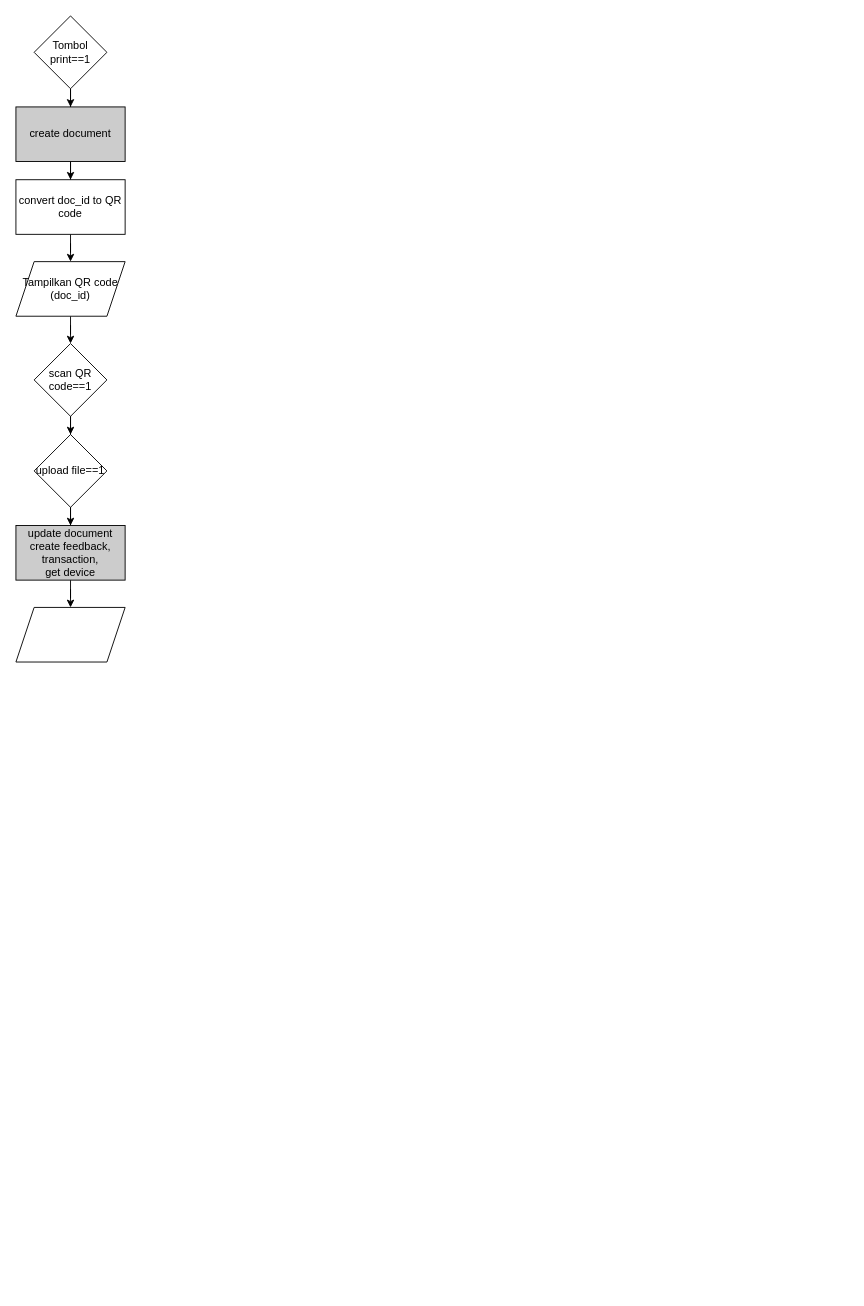
Earlier version of the draw.io diagram flowchart-regis.drawio (kalputrahadi57/printin-docs). Source tidied: cells renumbered, new cells numbered last; positions are measured from the earlier drawing's top-left corner, leaving out a move shared by most shapes. Both pictures are drawn from the tidied source at 91%, with x=0, y=0 at pixel (15, 15).
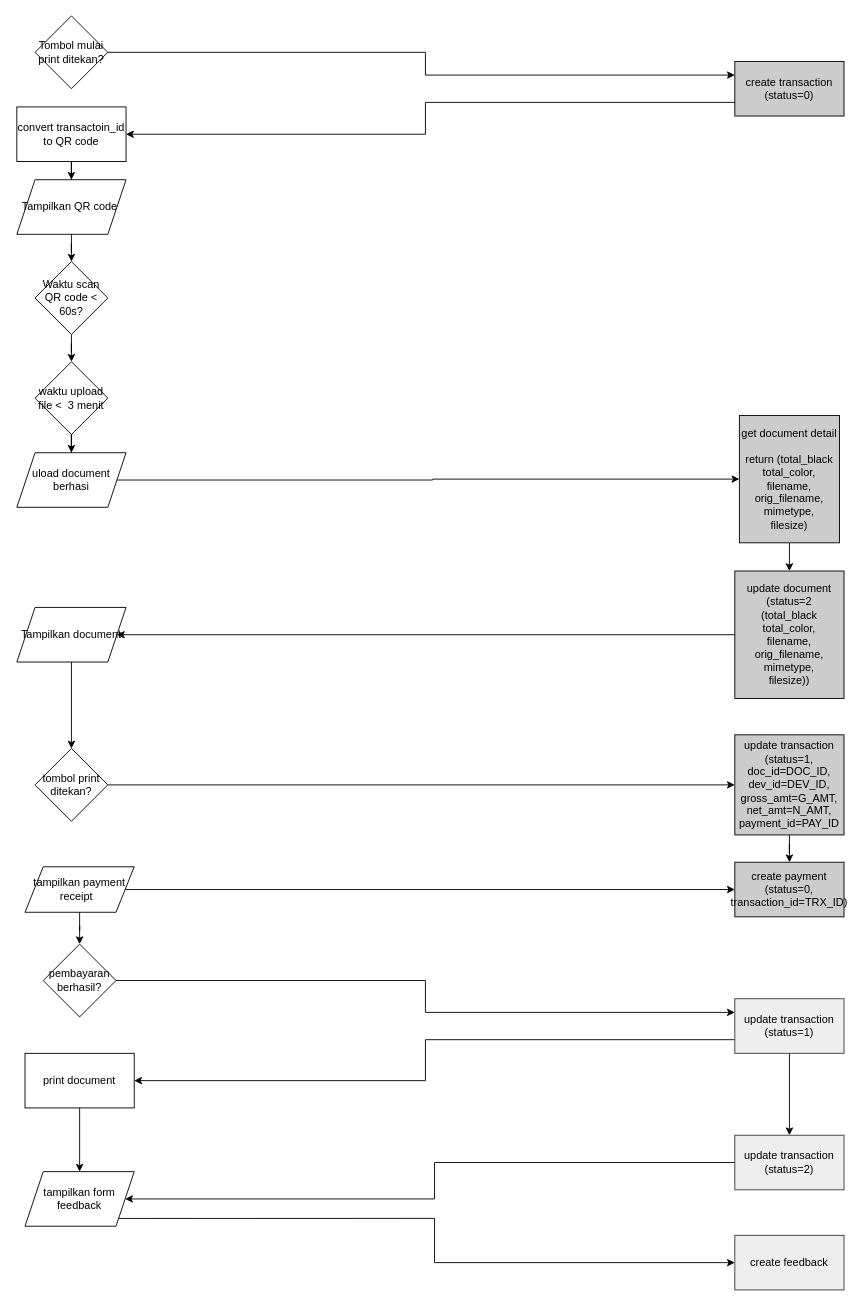
The same page after the edit.

Change to the diagram source:
```diff
@@
-    <mxCell id="2" style="edgeStyle=orthogonalEdgeStyle;rounded=0;jettySize=auto;html=1;" parent="1" edge="1" source="3" target="5">
-      <mxGeometry relative="1" as="geometry" />
+    <mxCell id="2" style="edgeStyle=orthogonalEdgeStyle;rounded=0;jettySize=auto;html=1;exitX=1;exitY=0.5;exitDx=0;exitDy=0;entryX=0;entryY=0.25;entryDx=0;entryDy=0;" parent="1" edge="1" source="3" target="5">
+      <mxGeometry relative="1" as="geometry">
+        <Array as="points">
+          <mxPoint x="450" y="40" />
+          <mxPoint x="450" y="65" />
+        </Array>
+      </mxGeometry>
     </mxCell>
-    <mxCell id="3" value="Tombol print==1" style="rhombus;whiteSpace=wrap;html=1;" parent="1" vertex="1">
-      <mxGeometry x="20" width="80" height="80" as="geometry" />
+    <mxCell id="3" value="Tombol mulai print ditekan?" style="rhombus;whiteSpace=wrap;html=1;" parent="1" vertex="1">
+      <mxGeometry x="21" width="80" height="80" as="geometry" />
     </mxCell>
-    <mxCell id="4" style="edgeStyle=orthogonalEdgeStyle;rounded=0;jettySize=auto;html=1;fontColor=#F8CECC;" parent="1" edge="1" source="5" target="7">
-      <mxGeometry relative="1" as="geometry" />
+    <mxCell id="4" style="edgeStyle=orthogonalEdgeStyle;rounded=0;jettySize=auto;html=1;exitX=0;exitY=0.75;exitDx=0;exitDy=0;entryX=1;entryY=0.5;entryDx=0;entryDy=0;" parent="1" edge="1" source="5" target="7">
+      <mxGeometry relative="1" as="geometry">
+        <Array as="points">
+          <mxPoint x="450" y="95" />
+          <mxPoint x="450" y="130" />
+        </Array>
+      </mxGeometry>
     </mxCell>
-    <mxCell id="5" value="create document" style="whiteSpace=wrap;html=1;fillColor=#CCCCCC;" parent="1" vertex="1">
-      <mxGeometry y="100" width="120" height="60" as="geometry" />
+    <mxCell id="5" value="create transaction&lt;br&gt;(status=0)" style="whiteSpace=wrap;html=1;fillColor=#CCCCCC;" parent="1" vertex="1">
+      <mxGeometry x="790" y="50" width="120" height="60" as="geometry" />
     </mxCell>
@@
-    <mxCell id="7" value="convert doc_id to QR code" style="whiteSpace=wrap;html=1;fillColor=#FFFFFF;" parent="1" vertex="1">
-      <mxGeometry y="180" width="120" height="60" as="geometry" />
+    <mxCell id="7" value="convert transactoin_id to QR code" style="whiteSpace=wrap;html=1;fillColor=#FFFFFF;" parent="1" vertex="1">
+      <mxGeometry x="1" y="100" width="120" height="60" as="geometry" />
     </mxCell>
@@
-    <mxCell id="9" value="Tampilkan QR code (doc_id)" style="shape=parallelogram;perimeter=parallelogramPerimeter;whiteSpace=wrap;html=1;fixedSize=1;fillColor=#FFFFFF;" parent="1" vertex="1">
-      <mxGeometry y="270" width="120" height="60" as="geometry" />
+    <mxCell id="9" value="Tampilkan QR code&amp;nbsp;" style="shape=parallelogram;perimeter=parallelogramPerimeter;whiteSpace=wrap;html=1;fixedSize=1;fillColor=#FFFFFF;" parent="1" vertex="1">
+      <mxGeometry x="1" y="180" width="120" height="60" as="geometry" />
     </mxCell>
-    <mxCell id="10" style="edgeStyle=orthogonalEdgeStyle;rounded=0;jettySize=auto;html=1;fontColor=#F8CECC;" parent="1" edge="1" source="11" target="13">
+    <mxCell id="10" style="edgeStyle=orthogonalEdgeStyle;rounded=0;jettySize=auto;html=1;fontColor=#F8CECC;startArrow=none;exitX=0.5;exitY=1;exitDx=0;exitDy=0;" parent="1" edge="1" source="11" target="13">
       <mxGeometry relative="1" as="geometry" />
     </mxCell>
-    <mxCell id="11" value="scan QR code==1" style="rhombus;whiteSpace=wrap;html=1;fillColor=#FFFFFF;" parent="1" vertex="1">
-      <mxGeometry x="20" y="360" width="80" height="80" as="geometry" />
+    <mxCell id="11" value="Waktu scan QR code &amp;lt; 60s?" style="rhombus;whiteSpace=wrap;html=1;fillColor=#FFFFFF;" parent="1" vertex="1">
+      <mxGeometry x="21" y="270" width="80" height="80" as="geometry" />
     </mxCell>
-    <mxCell id="12" style="edgeStyle=orthogonalEdgeStyle;rounded=0;jettySize=auto;html=1;fontColor=#F8CECC;" parent="1" edge="1" source="13" target="15">
-      <mxGeometry relative="1" as="geometry" />
-    </mxCell>
+    <mxCell id="17" style="edgeStyle=orthogonalEdgeStyle;rounded=0;jettySize=auto;html=1;fontColor=#F8CECC;" parent="1" edge="1" source="13" target="43">
+      <mxGeometry relative="1" as="geometry" />
+    </mxCell>
-    <mxCell id="13" value="upload file==1" style="rhombus;whiteSpace=wrap;html=1;fillColor=#FFFFFF;" parent="1" vertex="1">
-      <mxGeometry x="20" y="460" width="80" height="80" as="geometry" />
+    <mxCell id="13" value="waktu upload file &amp;lt;&amp;nbsp; 3 menit" style="rhombus;whiteSpace=wrap;html=1;fillColor=#FFFFFF;" parent="1" vertex="1">
+      <mxGeometry x="21" y="380" width="80" height="80" as="geometry" />
     </mxCell>
-    <mxCell id="14" style="edgeStyle=orthogonalEdgeStyle;rounded=0;jettySize=auto;html=1;fontColor=#F8CECC;" parent="1" edge="1" source="15" target="16">
-      <mxGeometry relative="1" as="geometry" />
-    </mxCell>
+    <mxCell id="18" style="edgeStyle=orthogonalEdgeStyle;rounded=0;jettySize=auto;html=1;fontColor=#F8CECC;entryX=1;entryY=0.5;entryDx=0;entryDy=0;" parent="1" edge="1" source="15" target="26">
+      <mxGeometry relative="1" as="geometry" />
+    </mxCell>
-    <mxCell id="15" value="update document&lt;br&gt;create feedback, transaction, &lt;br&gt;get device" style="whiteSpace=wrap;html=1;fillColor=#CCCCCC;" parent="1" vertex="1">
-      <mxGeometry y="560" width="120" height="60" as="geometry" />
+    <mxCell id="15" value="update document (status=2&lt;br&gt;(total_black&lt;br&gt;total_color,&lt;br&gt;filename,&lt;br&gt;orig_filename,&lt;br&gt;mimetype,&lt;br&gt;filesize))" style="whiteSpace=wrap;html=1;fillColor=#CCCCCC;" parent="1" vertex="1">
+      <mxGeometry x="790" y="610" width="120" height="140" as="geometry" />
     </mxCell>
+    <mxCell id="19" style="edgeStyle=orthogonalEdgeStyle;rounded=0;jettySize=auto;html=1;fontColor=#F8CECC;" parent="1" edge="1" source="16" target="30">
+      <mxGeometry relative="1" as="geometry" />
+    </mxCell>
+    <mxCell id="20" style="edgeStyle=orthogonalEdgeStyle;rounded=0;jettySize=auto;html=1;exitX=1;exitY=0.5;exitDx=0;exitDy=0;entryX=0;entryY=0.5;entryDx=0;entryDy=0;" parent="1" edge="1" source="16" target="34">
+      <mxGeometry relative="1" as="geometry" />
+    </mxCell>
-    <mxCell id="16" style="shape=parallelogram;perimeter=parallelogramPerimeter;whiteSpace=wrap;html=1;fixedSize=1;fillColor=#FFFFFF;" parent="1" vertex="1">
-      <mxGeometry y="650" width="120" height="60" as="geometry" />
+    <mxCell id="16" value="tampilkan payment receipt&amp;nbsp;&amp;nbsp;" style="shape=parallelogram;perimeter=parallelogramPerimeter;whiteSpace=wrap;html=1;fixedSize=1;fillColor=#FFFFFF;" parent="1" vertex="1">
+      <mxGeometry x="10" y="935" width="120" height="50" as="geometry" />
     </mxCell>
+    <mxCell id="21" style="edgeStyle=orthogonalEdgeStyle;rounded=0;jettySize=auto;html=1;fontColor=#F8CECC;exitX=0.5;exitY=1;exitDx=0;exitDy=0;" parent="1" edge="1" source="22" target="34">
+      <mxGeometry relative="1" as="geometry" />
+    </mxCell>
+    <mxCell id="22" value="update transaction&lt;br&gt;(status=1, doc_id=DOC_ID, dev_id=DEV_ID, gross_amt=G_AMT, net_amt=N_AMT,&lt;br&gt;payment_id=PAY_ID" style="whiteSpace=wrap;html=1;fillColor=#CCCCCC;" parent="1" vertex="1">
+      <mxGeometry x="790" y="790" width="120" height="110" as="geometry" />
+    </mxCell>
+    <mxCell id="23" style="edgeStyle=orthogonalEdgeStyle;rounded=0;jettySize=auto;html=1;exitX=0.5;exitY=1;exitDx=0;exitDy=0;entryX=0.5;entryY=0;entryDx=0;entryDy=0;fontColor=#F8CECC;" parent="1" edge="1" source="24" target="15">
+      <mxGeometry relative="1" as="geometry" />
+    </mxCell>
+    <mxCell id="24" value="get document detail&lt;br&gt;&amp;nbsp;&lt;br&gt;return (total_black&lt;br&gt;total_color,&lt;br&gt;filename,&lt;br&gt;orig_filename,&lt;br&gt;mimetype,&lt;br&gt;filesize)" style="whiteSpace=wrap;html=1;fillColor=#CCCCCC;" parent="1" vertex="1">
+      <mxGeometry x="795" y="439" width="110" height="140" as="geometry" />
+    </mxCell>
+    <mxCell id="25" style="edgeStyle=orthogonalEdgeStyle;rounded=0;jettySize=auto;html=1;" parent="1" edge="1" source="26" target="28">
+      <mxGeometry relative="1" as="geometry" />
+    </mxCell>
+    <mxCell id="26" value="Tampilkan document" style="shape=parallelogram;perimeter=parallelogramPerimeter;whiteSpace=wrap;html=1;fixedSize=1;" parent="1" vertex="1">
+      <mxGeometry x="1" y="650" width="120" height="60" as="geometry" />
+    </mxCell>
+    <mxCell id="27" style="edgeStyle=orthogonalEdgeStyle;rounded=0;jettySize=auto;html=1;exitX=1;exitY=0.5;exitDx=0;exitDy=0;entryX=0;entryY=0.5;entryDx=0;entryDy=0;" parent="1" edge="1" source="28" target="22">
+      <mxGeometry relative="1" as="geometry" />
+    </mxCell>
+    <mxCell id="28" value="tombol print ditekan?" style="rhombus;whiteSpace=wrap;html=1;" parent="1" vertex="1">
+      <mxGeometry x="21" y="805" width="80" height="80" as="geometry" />
+    </mxCell>
+    <mxCell id="29" style="edgeStyle=orthogonalEdgeStyle;rounded=0;jettySize=auto;html=1;fontColor=#F8CECC;entryX=0;entryY=0.25;entryDx=0;entryDy=0;" parent="1" edge="1" source="30" target="33">
+      <mxGeometry relative="1" as="geometry" />
+    </mxCell>
+    <mxCell id="30" value="pembayaran berhasil?" style="rhombus;whiteSpace=wrap;html=1;fillColor=#FFFFFF;" parent="1" vertex="1">
+      <mxGeometry x="30" y="1020" width="80" height="80" as="geometry" />
+    </mxCell>
+    <mxCell id="31" style="edgeStyle=orthogonalEdgeStyle;rounded=0;jettySize=auto;html=1;exitX=0;exitY=0.75;exitDx=0;exitDy=0;entryX=1;entryY=0.5;entryDx=0;entryDy=0;" parent="1" edge="1" source="33" target="36">
+      <mxGeometry relative="1" as="geometry">
+        <Array as="points">
+          <mxPoint x="450" y="1125" />
+          <mxPoint x="450" y="1170" />
+        </Array>
+      </mxGeometry>
+    </mxCell>
+    <mxCell id="32" style="edgeStyle=orthogonalEdgeStyle;rounded=0;jettySize=auto;html=1;exitX=0.5;exitY=1;exitDx=0;exitDy=0;entryX=0.5;entryY=0;entryDx=0;entryDy=0;" parent="1" edge="1" source="33" target="38">
+      <mxGeometry relative="1" as="geometry" />
+    </mxCell>
+    <mxCell id="33" value="update transaction&lt;br&gt;(status=1)" style="whiteSpace=wrap;html=1;fillColor=#eeeeee;strokeColor=#36393d;" parent="1" vertex="1">
+      <mxGeometry x="790" y="1080" width="120" height="60" as="geometry" />
+    </mxCell>
+    <mxCell id="34" value="create payment&lt;br&gt;(status=0,&lt;br&gt;transaction_id=TRX_ID)" style="whiteSpace=wrap;html=1;fillColor=#CCCCCC;" parent="1" vertex="1">
+      <mxGeometry x="790" y="930" width="120" height="60" as="geometry" />
+    </mxCell>
+    <mxCell id="35" style="edgeStyle=orthogonalEdgeStyle;rounded=0;jettySize=auto;html=1;" parent="1" edge="1" source="36" target="40">
+      <mxGeometry relative="1" as="geometry" />
+    </mxCell>
+    <mxCell id="36" value="print document" style="whiteSpace=wrap;html=1;" parent="1" vertex="1">
+      <mxGeometry x="10" y="1140" width="120" height="60" as="geometry" />
+    </mxCell>
+    <mxCell id="37" style="edgeStyle=orthogonalEdgeStyle;rounded=0;jettySize=auto;html=1;fontColor=#F8CECC;" parent="1" edge="1" source="38" target="40">
+      <mxGeometry relative="1" as="geometry" />
+    </mxCell>
+    <mxCell id="38" value="update transaction&lt;br&gt;(status=2)" style="whiteSpace=wrap;html=1;fillColor=#eeeeee;strokeColor=#36393d;" parent="1" vertex="1">
+      <mxGeometry x="790" y="1230" width="120" height="60" as="geometry" />
+    </mxCell>
+    <mxCell id="39" style="edgeStyle=orthogonalEdgeStyle;rounded=0;jettySize=auto;html=1;exitX=1;exitY=1;exitDx=0;exitDy=0;entryX=0;entryY=0.5;entryDx=0;entryDy=0;" parent="1" edge="1" source="40" target="41">
+      <mxGeometry relative="1" as="geometry" />
+    </mxCell>
+    <mxCell id="40" value="tampilkan form feedback" style="shape=parallelogram;perimeter=parallelogramPerimeter;whiteSpace=wrap;html=1;fixedSize=1;" parent="1" vertex="1">
+      <mxGeometry x="10" y="1270" width="120" height="60" as="geometry" />
+    </mxCell>
+    <mxCell id="41" value="create feedback" style="whiteSpace=wrap;html=1;fillColor=#eeeeee;strokeColor=#36393d;" parent="1" vertex="1">
+      <mxGeometry x="790" y="1340" width="120" height="60" as="geometry" />
+    </mxCell>
+    <mxCell id="42" style="edgeStyle=orthogonalEdgeStyle;rounded=0;jettySize=auto;html=1;exitX=1;exitY=0.5;exitDx=0;exitDy=0;entryX=0;entryY=0.5;entryDx=0;entryDy=0;" parent="1" edge="1" source="43" target="24">
+      <mxGeometry relative="1" as="geometry" />
+    </mxCell>
+    <mxCell id="43" value="uload document berhasi" style="shape=parallelogram;perimeter=parallelogramPerimeter;whiteSpace=wrap;html=1;fixedSize=1;" parent="1" vertex="1">
+      <mxGeometry x="1" y="480" width="120" height="60" as="geometry" />
+    </mxCell>
```
